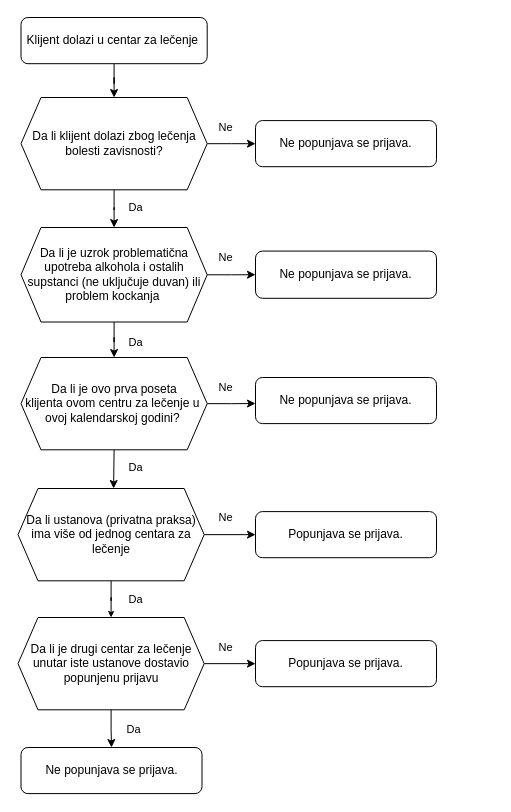
Earlier version of the draw.io diagram flowChart202302201402.drawio.xml (AleksandarMedarevic/tdi_flowchart_addiction_registry). Source tidied: cells renumbered, new cells numbered last; positions are measured from the earlier drawing's top-left corner, leaving out a move shared by most shapes. Both pictures are drawn from the tidied source at 100%, with x=0, y=0 at pixel (18, 17).
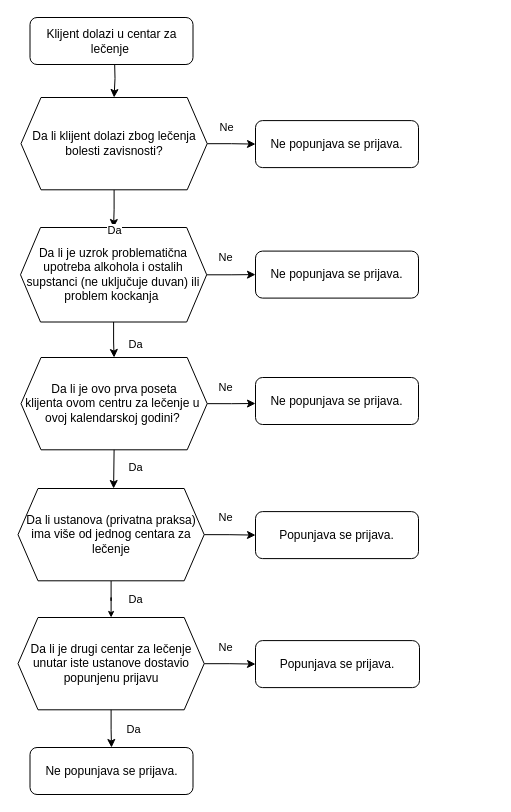
The same diagram, later.

Unchanged cells that the change refers to:
```xml
<mxCell id="6" style="group;" parent="1" vertex="1">
  <mxGeometry x="-0.5" y="471" width="476" height="221.3" as="geometry" />
</mxCell>
<mxCell id="11" style="group;" parent="6" vertex="1">
  <mxGeometry x="143.5" y="23.1" width="280" height="46.1" as="geometry" />
</mxCell>
<mxCell id="17" style="group;" parent="16" vertex="1">
  <mxGeometry width="471" height="150" as="geometry" />
</mxCell>
<mxCell id="25" value="Da li klijent dolazi zbog lečenja bolesti zavisnosti?" style="shape=hexagon;perimeter=hexagonPerimeter2;whiteSpace=wrap;html=1;fixedSize=1;" parent="1" vertex="1">
  <mxGeometry x="2.5" y="80" width="186.2" height="92.3" as="geometry" />
</mxCell>
```

The edit, as a diff of the source:
```diff
@@
-    <mxCell id="2" style="edgeStyle=orthogonalEdgeStyle;rounded=0;jettySize=auto;html=1;" parent="1" edge="1" source="3" target="25">
-      <mxGeometry relative="1" as="geometry" />
-    </mxCell>
+    <mxCell id="32" style="edgeStyle=orthogonalEdgeStyle;rounded=0;jettySize=auto;html=1;" parent="1" edge="1" target="25">
+      <mxGeometry relative="1" as="geometry">
+        <mxPoint x="96" y="40" as="sourcePoint" />
+      </mxGeometry>
+    </mxCell>
     <mxCell id="3" value="Klijent dolazi u centar za lečenje&amp;nbsp;" style="rounded=1;whiteSpace=wrap;html=1;fontSize=12;glass=0;strokeWidth=1;shadow=0;" parent="1" vertex="1">
-      <mxGeometry x="2.5" width="186.2" height="46.2" as="geometry" />
+      <mxGeometry x="11.5" width="163" height="47" as="geometry" />
     </mxCell>
@@
     <mxCell id="12" value="Popunjava se prijava." style="rounded=1;whiteSpace=wrap;html=1;fontSize=12;glass=0;strokeWidth=1;shadow=0;" parent="11" vertex="1">
-      <mxGeometry x="94" width="181" height="46.1" as="geometry" />
+      <mxGeometry x="94" width="163" height="47" as="geometry" />
     </mxCell>
@@
     <mxCell id="15" value="Popunjava se prijava." style="rounded=1;whiteSpace=wrap;html=1;fontSize=12;glass=0;strokeWidth=1;shadow=0;" parent="6" vertex="1">
-      <mxGeometry x="237.5" y="152.1" width="181" height="46.1" as="geometry" />
+      <mxGeometry x="237.5" y="152.1" width="164" height="47" as="geometry" />
     </mxCell>
     <mxCell id="16" style="group;" parent="1" vertex="1">
-      <mxGeometry x="2.5" y="210" width="471" height="150" as="geometry" />
+      <mxGeometry x="2" y="210" width="471" height="150" as="geometry" />
     </mxCell>
@@
     <mxCell id="20" value="Ne popunjava se prijava." style="rounded=1;whiteSpace=wrap;html=1;fontSize=12;glass=0;strokeWidth=1;shadow=0;" parent="17" vertex="1">
-      <mxGeometry x="234.5" y="23.6" width="181" height="47.2" as="geometry" />
+      <mxGeometry x="235" y="23.6" width="163" height="47" as="geometry" />
     </mxCell>
     <mxCell id="21" style="group;" parent="1" vertex="1">
-      <mxGeometry x="143" y="360" width="280" height="46.1" as="geometry" />
+      <mxGeometry x="143" y="360" width="280" height="50" as="geometry" />
     </mxCell>
     <mxCell id="22" value="Ne popunjava se prijava." style="rounded=1;whiteSpace=wrap;html=1;fontSize=12;glass=0;strokeWidth=1;shadow=0;" parent="21" vertex="1">
-      <mxGeometry x="94" width="181" height="46.1" as="geometry" />
+      <mxGeometry x="94" width="163" height="47" as="geometry" />
     </mxCell>
@@
     <mxCell id="26" style="group;" parent="1" vertex="1">
-      <mxGeometry x="147" y="103.1" width="280" height="46.1" as="geometry" />
+      <mxGeometry x="147" y="103.1" width="259" height="47" as="geometry" />
     </mxCell>
     <mxCell id="27" value="Ne popunjava se prijava." style="rounded=1;whiteSpace=wrap;html=1;fontSize=12;glass=0;strokeWidth=1;shadow=0;" parent="26" vertex="1">
-      <mxGeometry x="90" width="181" height="46.1" as="geometry" />
+      <mxGeometry x="90" width="163" height="47" as="geometry" />
     </mxCell>
     <mxCell id="28" value="Ne popunjava se prijava." style="rounded=1;whiteSpace=wrap;html=1;fontSize=12;glass=0;strokeWidth=1;shadow=0;" parent="1" vertex="1">
-      <mxGeometry x="2.5" y="730" width="181" height="46.1" as="geometry" />
+      <mxGeometry x="11.5" y="730" width="163" height="47" as="geometry" />
     </mxCell>
```
